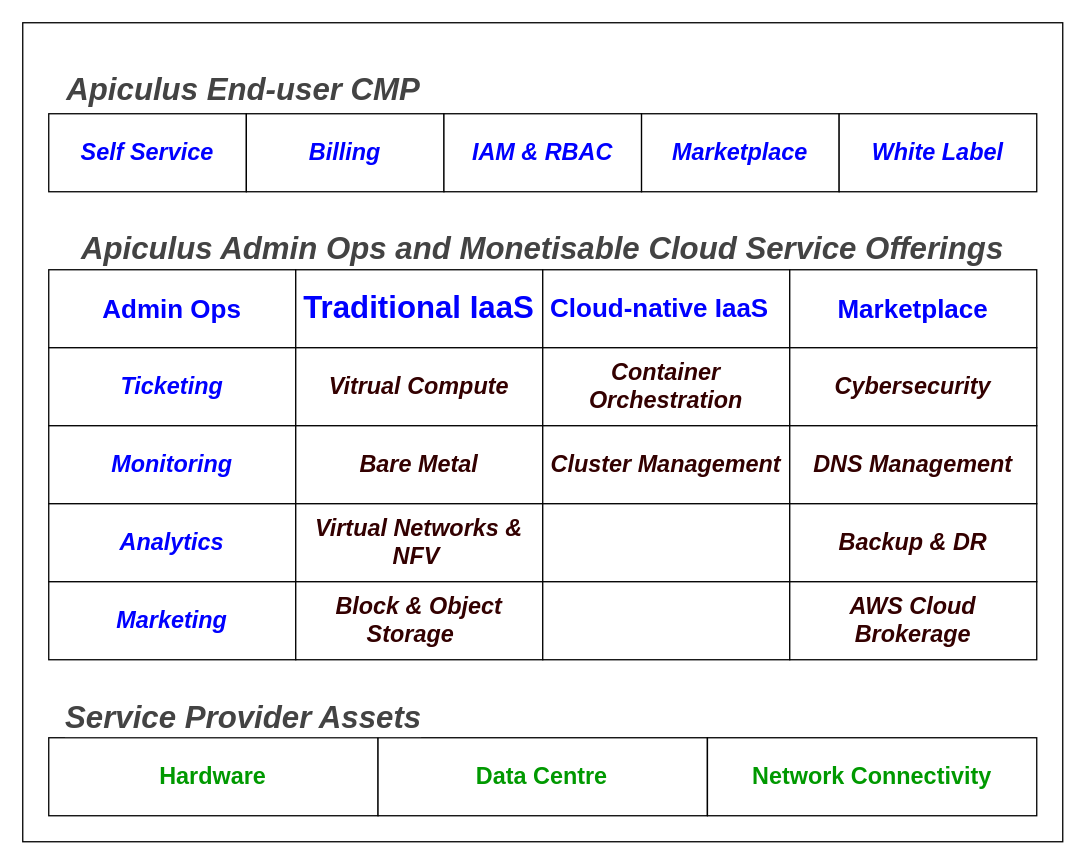
The draw.io diagram docs/StackComponents.drawio in indiqusdocs/apiculus, before the edit. Source tidied: cells renumbered, new cells numbered last; positions are measured from the earlier drawing's top-left corner, leaving out a move shared by most shapes. Both pictures are drawn from the tidied source at 130%, with x=0, y=0 at pixel (22, 22).
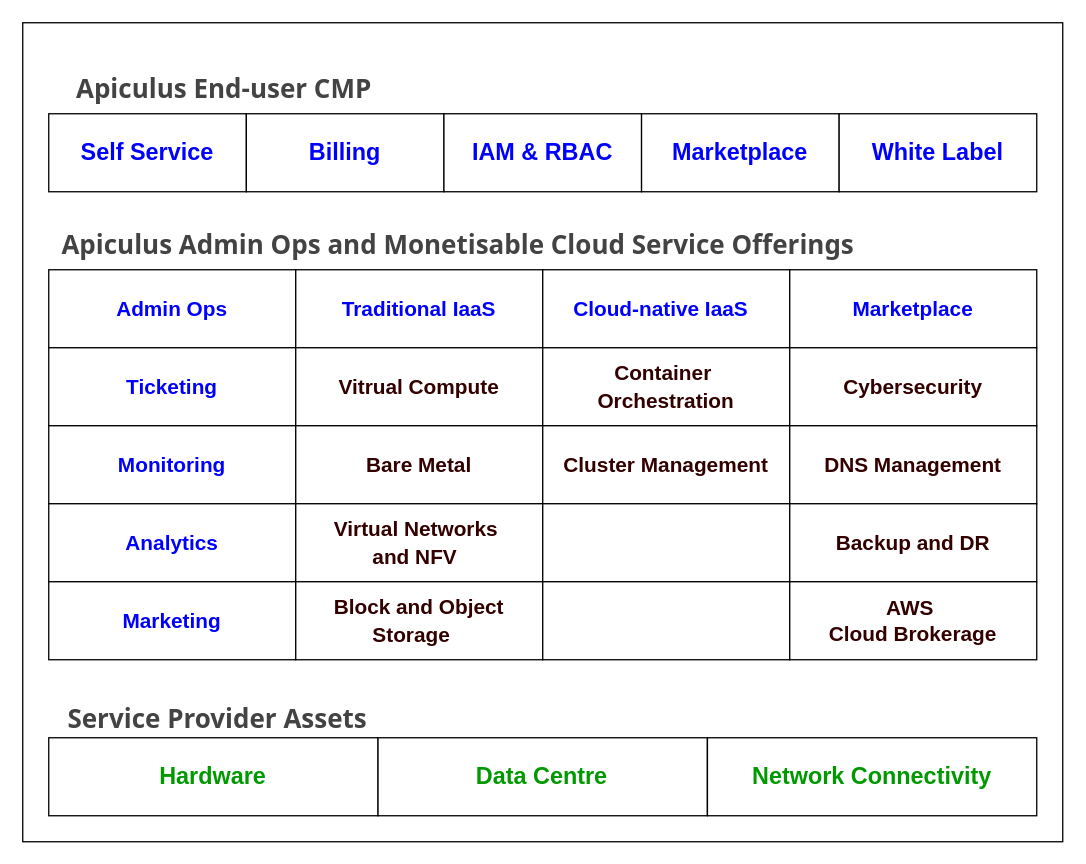
Above is the later version.

What changed in the source:
```diff
@@
+    <mxCell id="41" style="group;" parent="1" vertex="1">
+      <mxGeometry width="800" height="630" as="geometry" />
+    </mxCell>
-    <mxCell id="2" style="rounded=0;whiteSpace=wrap;html=1;" parent="1" vertex="1">
+    <mxCell id="2" style="rounded=0;whiteSpace=wrap;html=1;" parent="41" vertex="1">
       <mxGeometry width="800" height="630" as="geometry" />
     </mxCell>
-    <mxCell id="3" value="&lt;p style=&quot;box-sizing: border-box; margin-top: 0px; color: rgb(47, 57, 65); font-family: &amp;quot;Lucida Grande&amp;quot;, &amp;quot;Lucida Sans&amp;quot;, &amp;quot;Lucida Sans Unicode&amp;quot;, sans-serif; text-align: left; background-color: rgb(255, 255, 255);&quot;&gt;&lt;em style=&quot;box-sizing: border-box;&quot;&gt;&lt;span style=&quot;box-sizing: border-box; color: rgb(67, 67, 67);&quot;&gt;&lt;font style=&quot;font-size: 24px;&quot;&gt;Apiculus End-user CMP&lt;/font&gt;&lt;/span&gt;&lt;/em&gt;&lt;/p&gt;&lt;div&gt;&lt;em style=&quot;box-sizing: border-box;&quot;&gt;&lt;span style=&quot;box-sizing: border-box; color: rgb(67, 67, 67);&quot;&gt;&lt;br&gt;&lt;/span&gt;&lt;/em&gt;&lt;/div&gt;&lt;div style=&quot;box-sizing: border-box; color: rgb(47, 57, 65); font-family: &amp;quot;Lucida Grande&amp;quot;, &amp;quot;Lucida Sans&amp;quot;, &amp;quot;Lucida Sans Unicode&amp;quot;, sans-serif; font-size: 15px; text-align: left; background-color: rgb(255, 255, 255);&quot;&gt;&lt;/div&gt;" style="text;html=1;align=center;verticalAlign=middle;whiteSpace=wrap;rounded=0;fontStyle=1;" parent="1" vertex="1">
-      <mxGeometry x="20" y="50" width="300" height="30" as="geometry" />
+    <mxCell id="3" value="&lt;p style=&quot;box-sizing: border-box; margin-top: 0px; color: rgb(47, 57, 65); text-align: left; background-color: rgb(255, 255, 255); font-size: 20px;&quot;&gt;&lt;span style=&quot;box-sizing: border-box;&quot;&gt;&lt;span style=&quot;box-sizing: border-box; color: rgb(67, 67, 67);&quot;&gt;&lt;font face=&quot;Tahoma&quot; style=&quot;font-size: 20px;&quot;&gt;Apiculus End-user CMP&lt;/font&gt;&lt;/span&gt;&lt;/span&gt;&lt;/p&gt;&lt;div style=&quot;box-sizing: border-box; color: rgb(47, 57, 65); font-family: &amp;quot;Lucida Grande&amp;quot;, &amp;quot;Lucida Sans&amp;quot;, &amp;quot;Lucida Sans Unicode&amp;quot;, sans-serif; font-size: 15px; text-align: left; background-color: rgb(255, 255, 255);&quot;&gt;&lt;/div&gt;" style="text;html=1;align=center;verticalAlign=middle;whiteSpace=wrap;rounded=0;fontStyle=1;" parent="41" vertex="1">
+      <mxGeometry x="20" y="50" width="270" height="20" as="geometry" />
     </mxCell>
-    <mxCell id="4" value="&lt;p style=&quot;box-sizing: border-box; margin-top: 0px; text-align: left; background-color: rgb(255, 255, 255);&quot;&gt;&lt;font face=&quot;Lucida Grande, Lucida Sans, Lucida Sans Unicode, sans-serif&quot; color=&quot;#434343&quot;&gt;&lt;span style=&quot;font-size: 24px;&quot;&gt;&lt;i&gt;Apiculus Admin Ops and Monetisable Cloud Service Offerings&lt;/i&gt;&lt;/span&gt;&lt;/font&gt;&lt;/p&gt;&lt;p style=&quot;box-sizing: border-box; margin-top: 0px; color: rgb(47, 57, 65); font-family: &amp;quot;Lucida Grande&amp;quot;, &amp;quot;Lucida Sans&amp;quot;, &amp;quot;Lucida Sans Unicode&amp;quot;, sans-serif; text-align: left; background-color: rgb(255, 255, 255);&quot;&gt;&lt;br&gt;&lt;/p&gt;&lt;div style=&quot;box-sizing: border-box; color: rgb(47, 57, 65); font-family: &amp;quot;Lucida Grande&amp;quot;, &amp;quot;Lucida Sans&amp;quot;, &amp;quot;Lucida Sans Unicode&amp;quot;, sans-serif; font-size: 15px; text-align: left; background-color: rgb(255, 255, 255);&quot;&gt;&lt;/div&gt;" style="text;html=1;align=center;verticalAlign=middle;whiteSpace=wrap;rounded=0;fontStyle=1;" parent="1" vertex="1">
-      <mxGeometry x="20" y="178" width="760" height="30" as="geometry" />
+    <mxCell id="4" value="&lt;p style=&quot;box-sizing: border-box; margin-top: 0px; text-align: left; background-color: rgb(255, 255, 255); font-size: 20px;&quot;&gt;&lt;font face=&quot;Tahoma&quot; style=&quot;font-size: 20px;&quot; color=&quot;#434343&quot;&gt;Apiculus Admin Ops and Monetisable Cloud Service Offerings&lt;/font&gt;&lt;/p&gt;&lt;div style=&quot;box-sizing: border-box; color: rgb(47, 57, 65); font-family: &amp;quot;Lucida Grande&amp;quot;, &amp;quot;Lucida Sans&amp;quot;, &amp;quot;Lucida Sans Unicode&amp;quot;, sans-serif; font-size: 15px; text-align: left; background-color: rgb(255, 255, 255);&quot;&gt;&lt;/div&gt;" style="text;html=1;align=center;verticalAlign=middle;whiteSpace=wrap;rounded=0;fontStyle=1;" parent="41" vertex="1">
+      <mxGeometry x="20" y="170" width="630" height="20" as="geometry" />
     </mxCell>
-    <mxCell id="5" style="group;" parent="1" vertex="1">
+    <mxCell id="5" style="group;fontStyle=2;" parent="41" vertex="1">
       <mxGeometry x="20" y="70" width="760" height="60" as="geometry" />
     </mxCell>
-    <mxCell id="6" value="&lt;font style=&quot;font-size: 18px;&quot; color=&quot;#0000ff&quot;&gt;&lt;b&gt;Self Service&lt;/b&gt;&lt;/font&gt;" style="rounded=0;whiteSpace=wrap;html=1;fontStyle=2;" parent="5" vertex="1">
+    <mxCell id="6" value="&lt;font color=&quot;#0000ff&quot; style=&quot;font-size: 18px;&quot;&gt;&lt;b&gt;Self Service&lt;/b&gt;&lt;/font&gt;" style="rounded=0;whiteSpace=wrap;html=1;fontStyle=0;" parent="5" vertex="1">
       <mxGeometry width="152" height="60" as="geometry" />
     </mxCell>
-    <mxCell id="7" value="&lt;font style=&quot;font-size: 18px;&quot;&gt;Billing&lt;/font&gt;" style="rounded=0;whiteSpace=wrap;html=1;fontStyle=3;fontColor=#0000FF;fontSize=18;" parent="5" vertex="1">
+    <mxCell id="7" value="&lt;font style=&quot;font-size: 18px;&quot;&gt;Billing&lt;/font&gt;" style="rounded=0;whiteSpace=wrap;html=1;fontStyle=1;fontColor=#0000FF;fontSize=18;" parent="5" vertex="1">
       <mxGeometry x="152" width="152" height="60" as="geometry" />
     </mxCell>
-    <mxCell id="8" value="&lt;font style=&quot;font-size: 18px;&quot;&gt;IAM &amp;amp; RBAC&lt;/font&gt;" style="rounded=0;whiteSpace=wrap;html=1;fontStyle=3;fontSize=18;fontColor=#0000FF;" parent="5" vertex="1">
+    <mxCell id="8" value="&lt;font style=&quot;font-size: 18px;&quot;&gt;IAM &amp;amp; RBAC&lt;/font&gt;" style="rounded=0;whiteSpace=wrap;html=1;fontStyle=1;fontSize=18;fontColor=#0000FF;" parent="5" vertex="1">
       <mxGeometry x="304" width="152" height="60" as="geometry" />
     </mxCell>
-    <mxCell id="9" value="&lt;b&gt;&lt;i&gt;&lt;font color=&quot;#0000ff&quot; style=&quot;font-size: 18px;&quot;&gt;Marketplace&lt;/font&gt;&lt;/i&gt;&lt;/b&gt;" style="rounded=0;whiteSpace=wrap;html=1;" parent="5" vertex="1">
+    <mxCell id="9" value="&lt;b&gt;&lt;span&gt;&lt;font color=&quot;#0000ff&quot; style=&quot;font-size: 18px;&quot;&gt;Marketplace&lt;/font&gt;&lt;/span&gt;&lt;/b&gt;" style="rounded=0;whiteSpace=wrap;html=1;fontStyle=0;" parent="5" vertex="1">
       <mxGeometry x="456" width="152" height="60" as="geometry" />
     </mxCell>
-    <mxCell id="10" value="&lt;b&gt;&lt;i&gt;&lt;font style=&quot;font-size: 18px;&quot; color=&quot;#0000ff&quot;&gt;White Label&lt;/font&gt;&lt;/i&gt;&lt;/b&gt;" style="rounded=0;whiteSpace=wrap;html=1;" parent="5" vertex="1">
+    <mxCell id="10" value="&lt;b&gt;&lt;span&gt;&lt;font style=&quot;font-size: 18px;&quot; color=&quot;#0000ff&quot;&gt;White Label&lt;/font&gt;&lt;/span&gt;&lt;/b&gt;" style="rounded=0;whiteSpace=wrap;html=1;fontStyle=0;" parent="5" vertex="1">
       <mxGeometry x="608" width="152" height="60" as="geometry" />
     </mxCell>
-    <mxCell id="11" style="group;fontStyle=2;" parent="1" vertex="1">
+    <mxCell id="11" style="group;fontStyle=2;" parent="41" vertex="1">
       <mxGeometry x="20" y="190" width="760" height="60" as="geometry" />
     </mxCell>
-    <mxCell id="12" value="&lt;font size=&quot;1&quot; style=&quot;&quot; color=&quot;#0000ff&quot;&gt;&lt;b style=&quot;font-style: normal; font-size: 20px;&quot;&gt;Admin Ops&lt;/b&gt;&lt;/font&gt;" style="rounded=0;whiteSpace=wrap;html=1;fontStyle=2;" parent="11" vertex="1">
+    <mxCell id="12" value="&lt;font size=&quot;1&quot; style=&quot;&quot; color=&quot;#0000ff&quot;&gt;&lt;b style=&quot;font-style: normal; font-size: 16px;&quot;&gt;Admin Ops&lt;/b&gt;&lt;/font&gt;" style="rounded=0;whiteSpace=wrap;html=1;fontStyle=2;" parent="11" vertex="1">
       <mxGeometry width="190" height="60" as="geometry" />
     </mxCell>
-    <mxCell id="13" value="&lt;font style=&quot;font-size: 24px;&quot;&gt;Traditional IaaS&lt;/font&gt;" style="rounded=0;whiteSpace=wrap;html=1;fontStyle=1;fontColor=#0000FF;fontSize=18;" parent="11" vertex="1">
+    <mxCell id="13" value="&lt;font style=&quot;font-size: 16px;&quot;&gt;Traditional IaaS&lt;/font&gt;" style="rounded=0;whiteSpace=wrap;html=1;fontStyle=1;fontColor=#0000FF;fontSize=18;" parent="11" vertex="1">
       <mxGeometry x="190" width="190" height="60" as="geometry" />
     </mxCell>
-    <mxCell id="14" value="&lt;font style=&quot;font-size: 20px;&quot;&gt;Cloud-native IaaS&lt;span style=&quot;white-space:pre&quot;&gt;&#9;&lt;/span&gt;&lt;/font&gt;" style="rounded=0;whiteSpace=wrap;html=1;fontStyle=1;fontSize=18;fontColor=#0000FF;" parent="11" vertex="1">
+    <mxCell id="14" value="&lt;font style=&quot;font-size: 16px;&quot;&gt;Cloud-native IaaS&lt;span style=&quot;white-space:pre&quot;&gt;&#9;&lt;/span&gt;&lt;/font&gt;" style="rounded=0;whiteSpace=wrap;html=1;fontStyle=1;fontSize=18;fontColor=#0000FF;" parent="11" vertex="1">
       <mxGeometry x="380" width="190" height="60" as="geometry" />
     </mxCell>
-    <mxCell id="15" value="&lt;font size=&quot;1&quot; color=&quot;#0000ff&quot;&gt;&lt;b style=&quot;&quot;&gt;&lt;span style=&quot;font-style: normal; font-size: 20px;&quot;&gt;Marketplace&lt;/span&gt;&lt;/b&gt;&lt;/font&gt;" style="rounded=0;whiteSpace=wrap;html=1;fontStyle=2;" parent="11" vertex="1">
+    <mxCell id="15" value="&lt;font size=&quot;1&quot; color=&quot;#0000ff&quot;&gt;&lt;b style=&quot;&quot;&gt;&lt;span style=&quot;font-style: normal; font-size: 16px;&quot;&gt;Marketplace&lt;/span&gt;&lt;/b&gt;&lt;/font&gt;" style="rounded=0;whiteSpace=wrap;html=1;fontStyle=2;" parent="11" vertex="1">
       <mxGeometry x="570" width="190" height="60" as="geometry" />
     </mxCell>
-    <mxCell id="16" style="group;" parent="1" vertex="1">
+    <mxCell id="16" style="group;fontStyle=0;" parent="41" vertex="1">
       <mxGeometry x="20" y="250" width="760" height="60" as="geometry" />
     </mxCell>
-    <mxCell id="17" value="&lt;font style=&quot;font-size: 18px;&quot; color=&quot;#0000ff&quot;&gt;&lt;b&gt;Ticketing&lt;/b&gt;&lt;/font&gt;" style="rounded=0;whiteSpace=wrap;html=1;fontStyle=2;" parent="16" vertex="1">
+    <mxCell id="17" value="&lt;font size=&quot;1&quot; color=&quot;#0000ff&quot; style=&quot;&quot;&gt;&lt;b style=&quot;font-size: 16px;&quot;&gt;Ticketing&lt;/b&gt;&lt;/font&gt;" style="rounded=0;whiteSpace=wrap;html=1;fontStyle=0;" parent="16" vertex="1">
       <mxGeometry width="190" height="60" as="geometry" />
     </mxCell>
-    <mxCell id="18" value="&lt;font color=&quot;#330000&quot; style=&quot;font-size: 18px;&quot;&gt;Vitrual Compute&lt;/font&gt;" style="rounded=0;whiteSpace=wrap;html=1;fontStyle=3;fontColor=#0000FF;fontSize=18;" parent="16" vertex="1">
+    <mxCell id="18" value="&lt;font color=&quot;#330000&quot; style=&quot;font-size: 16px; font-style: normal;&quot;&gt;Vitrual Compute&lt;/font&gt;" style="rounded=0;whiteSpace=wrap;html=1;fontStyle=3;fontColor=#0000FF;fontSize=18;" parent="16" vertex="1">
       <mxGeometry x="190" width="190" height="60" as="geometry" />
     </mxCell>
-    <mxCell id="19" value="&lt;font color=&quot;#330000&quot; style=&quot;font-size: 18px;&quot;&gt;Container Orchestration&lt;/font&gt;" style="rounded=0;whiteSpace=wrap;html=1;fontStyle=3;fontSize=18;fontColor=#0000FF;" parent="16" vertex="1">
+    <mxCell id="19" value="&lt;font color=&quot;#330000&quot; style=&quot;font-size: 16px; font-style: normal;&quot;&gt;Container&amp;nbsp;&lt;/font&gt;&lt;div&gt;&lt;font color=&quot;#330000&quot; style=&quot;font-size: 16px; font-style: normal;&quot;&gt;Orchestration&lt;/font&gt;&lt;/div&gt;" style="rounded=0;whiteSpace=wrap;html=1;fontStyle=3;fontSize=18;fontColor=#0000FF;" parent="16" vertex="1">
       <mxGeometry x="380" width="190" height="60" as="geometry" />
     </mxCell>
-    <mxCell id="20" value="&lt;span style=&quot;font-size: 18px;&quot;&gt;&lt;b style=&quot;&quot;&gt;&lt;i style=&quot;&quot;&gt;&lt;font color=&quot;#330000&quot;&gt;Cybersecurity&lt;/font&gt;&lt;/i&gt;&lt;/b&gt;&lt;/span&gt;" style="rounded=0;whiteSpace=wrap;html=1;" parent="16" vertex="1">
+    <mxCell id="20" value="&lt;b style=&quot;&quot;&gt;&lt;font style=&quot;font-size: 16px;&quot; color=&quot;#330000&quot;&gt;Cybersecurity&lt;/font&gt;&lt;/b&gt;" style="rounded=0;whiteSpace=wrap;html=1;" parent="16" vertex="1">
       <mxGeometry x="570" width="190" height="60" as="geometry" />
     </mxCell>
-    <mxCell id="21" style="group;" parent="1" vertex="1">
+    <mxCell id="21" style="group;fontStyle=2;" parent="41" vertex="1">
       <mxGeometry x="20" y="310" width="760" height="60" as="geometry" />
     </mxCell>
-    <mxCell id="22" value="&lt;font style=&quot;font-size: 18px;&quot; color=&quot;#0000ff&quot;&gt;&lt;b&gt;Monitoring&lt;/b&gt;&lt;/font&gt;" style="rounded=0;whiteSpace=wrap;html=1;fontStyle=2;" parent="21" vertex="1">
+    <mxCell id="22" value="&lt;font size=&quot;1&quot; color=&quot;#0000ff&quot; style=&quot;&quot;&gt;&lt;b style=&quot;font-size: 16px;&quot;&gt;Monitoring&lt;/b&gt;&lt;/font&gt;" style="rounded=0;whiteSpace=wrap;html=1;fontStyle=0;" parent="21" vertex="1">
       <mxGeometry width="190" height="60" as="geometry" />
     </mxCell>
-    <mxCell id="23" value="&lt;font color=&quot;#330000&quot; style=&quot;font-size: 18px;&quot;&gt;Bare Metal&lt;/font&gt;" style="rounded=0;whiteSpace=wrap;html=1;fontStyle=3;fontColor=#0000FF;fontSize=18;" parent="21" vertex="1">
+    <mxCell id="23" value="&lt;font style=&quot;font-size: 16px;&quot; color=&quot;#330000&quot;&gt;Bare Metal&lt;/font&gt;" style="rounded=0;whiteSpace=wrap;html=1;fontStyle=1;fontColor=#0000FF;fontSize=18;" parent="21" vertex="1">
       <mxGeometry x="190" width="190" height="60" as="geometry" />
     </mxCell>
-    <mxCell id="24" value="&lt;font color=&quot;#330000&quot;&gt;Cluster Management&lt;/font&gt;" style="rounded=0;whiteSpace=wrap;html=1;fontStyle=3;fontSize=18;fontColor=#0000FF;" parent="21" vertex="1">
+    <mxCell id="24" value="&lt;font style=&quot;font-style: normal; font-size: 16px;&quot; color=&quot;#330000&quot;&gt;Cluster Management&lt;/font&gt;" style="rounded=0;whiteSpace=wrap;html=1;fontStyle=3;fontSize=18;fontColor=#0000FF;" parent="21" vertex="1">
       <mxGeometry x="380" width="190" height="60" as="geometry" />
     </mxCell>
-    <mxCell id="25" value="&lt;div&gt;&lt;span style=&quot;font-size: 18px;&quot;&gt;&lt;b style=&quot;&quot;&gt;&lt;i style=&quot;&quot;&gt;&lt;font color=&quot;#330000&quot;&gt;DNS Management&lt;/font&gt;&lt;/i&gt;&lt;/b&gt;&lt;/span&gt;&lt;/div&gt;" style="rounded=0;whiteSpace=wrap;html=1;" parent="21" vertex="1">
+    <mxCell id="25" value="&lt;div&gt;&lt;b style=&quot;&quot;&gt;&lt;font style=&quot;font-size: 16px;&quot; color=&quot;#330000&quot;&gt;DNS Management&lt;/font&gt;&lt;/b&gt;&lt;/div&gt;" style="rounded=0;whiteSpace=wrap;html=1;" parent="21" vertex="1">
       <mxGeometry x="570" width="190" height="60" as="geometry" />
     </mxCell>
-    <mxCell id="26" style="group;" parent="1" vertex="1">
+    <mxCell id="26" style="group;fontStyle=0;" parent="41" vertex="1">
       <mxGeometry x="20" y="370" width="760" height="60" as="geometry" />
     </mxCell>
-    <mxCell id="27" value="&lt;font style=&quot;font-size: 18px;&quot; color=&quot;#0000ff&quot;&gt;&lt;b&gt;Analytics&lt;/b&gt;&lt;/font&gt;" style="rounded=0;whiteSpace=wrap;html=1;fontStyle=2;" parent="26" vertex="1">
+    <mxCell id="27" value="&lt;font size=&quot;1&quot; style=&quot;&quot; color=&quot;#0000ff&quot;&gt;&lt;b style=&quot;font-size: 16px; font-style: normal;&quot;&gt;Analytics&lt;/b&gt;&lt;/font&gt;" style="rounded=0;whiteSpace=wrap;html=1;fontStyle=2;" parent="26" vertex="1">
       <mxGeometry width="190" height="60" as="geometry" />
     </mxCell>
-    <mxCell id="28" value="&lt;font color=&quot;#330000&quot;&gt;Virtual Networks &amp;amp; NFV&lt;span style=&quot;white-space:pre&quot;&gt;&#9;&lt;/span&gt;&lt;/font&gt;" style="rounded=0;whiteSpace=wrap;html=1;fontStyle=3;fontColor=#0000FF;fontSize=18;" parent="26" vertex="1">
+    <mxCell id="28" value="&lt;font style=&quot;font-style: normal; font-size: 16px;&quot; color=&quot;#330000&quot;&gt;Virtual Networks&amp;nbsp;&lt;/font&gt;&lt;div&gt;&lt;font style=&quot;font-style: normal; font-size: 16px;&quot; color=&quot;#330000&quot;&gt;and NFV&lt;span style=&quot;white-space:pre&quot;&gt;&#9;&lt;/span&gt;&lt;/font&gt;&lt;/div&gt;" style="rounded=0;whiteSpace=wrap;html=1;fontStyle=3;fontColor=#0000FF;fontSize=18;" parent="26" vertex="1">
       <mxGeometry x="190" width="190" height="60" as="geometry" />
     </mxCell>
@@
-    <mxCell id="30" value="&lt;span style=&quot;font-size: 18px;&quot;&gt;&lt;b style=&quot;&quot;&gt;&lt;i style=&quot;&quot;&gt;&lt;font color=&quot;#330000&quot;&gt;Backup &amp;amp; DR&lt;/font&gt;&lt;/i&gt;&lt;/b&gt;&lt;/span&gt;" style="rounded=0;whiteSpace=wrap;html=1;" parent="26" vertex="1">
+    <mxCell id="30" value="&lt;b style=&quot;&quot;&gt;&lt;font style=&quot;font-size: 16px;&quot; color=&quot;#330000&quot;&gt;Backup and DR&lt;/font&gt;&lt;/b&gt;" style="rounded=0;whiteSpace=wrap;html=1;" parent="26" vertex="1">
       <mxGeometry x="570" width="190" height="60" as="geometry" />
     </mxCell>
-    <mxCell id="31" style="group;" parent="1" vertex="1">
+    <mxCell id="31" style="group;fontStyle=0;" parent="41" vertex="1">
       <mxGeometry x="20" y="430" width="760" height="60" as="geometry" />
     </mxCell>
-    <mxCell id="32" value="&lt;font style=&quot;font-size: 18px;&quot; color=&quot;#0000ff&quot;&gt;&lt;b&gt;Marketing&lt;/b&gt;&lt;/font&gt;" style="rounded=0;whiteSpace=wrap;html=1;fontStyle=2;" parent="31" vertex="1">
+    <mxCell id="32" value="&lt;font size=&quot;1&quot; style=&quot;&quot; color=&quot;#0000ff&quot;&gt;&lt;b style=&quot;font-size: 16px; font-style: normal;&quot;&gt;Marketing&lt;/b&gt;&lt;/font&gt;" style="rounded=0;whiteSpace=wrap;html=1;fontStyle=2;" parent="31" vertex="1">
       <mxGeometry width="190" height="60" as="geometry" />
     </mxCell>
-    <mxCell id="33" value="&lt;font color=&quot;#330000&quot;&gt;Block &amp;amp; Object Storage&lt;span style=&quot;white-space:pre&quot;&gt;&#9;&lt;/span&gt;&lt;/font&gt;" style="rounded=0;whiteSpace=wrap;html=1;fontStyle=3;fontColor=#0000FF;fontSize=18;" parent="31" vertex="1">
+    <mxCell id="33" value="&lt;font style=&quot;font-style: normal; font-size: 16px;&quot; color=&quot;#330000&quot;&gt;Block and Object Storage&lt;span style=&quot;white-space:pre&quot;&gt;&#9;&lt;/span&gt;&lt;/font&gt;" style="rounded=0;whiteSpace=wrap;html=1;fontStyle=3;fontColor=#0000FF;fontSize=18;" parent="31" vertex="1">
       <mxGeometry x="190" width="190" height="60" as="geometry" />
     </mxCell>
@@
-    <mxCell id="35" value="&lt;div&gt;&lt;span style=&quot;font-size: 18px;&quot;&gt;&lt;b style=&quot;&quot;&gt;&lt;i style=&quot;&quot;&gt;&lt;font color=&quot;#330000&quot;&gt;AWS Cloud Brokerage&lt;/font&gt;&lt;/i&gt;&lt;/b&gt;&lt;/span&gt;&lt;/div&gt;" style="rounded=0;whiteSpace=wrap;html=1;" parent="31" vertex="1">
+    <mxCell id="35" value="&lt;div&gt;&lt;b style=&quot;&quot;&gt;&lt;font style=&quot;font-size: 16px;&quot; color=&quot;#330000&quot;&gt;AWS&amp;nbsp;&lt;/font&gt;&lt;/b&gt;&lt;/div&gt;&lt;div&gt;&lt;b style=&quot;&quot;&gt;&lt;font style=&quot;font-size: 16px;&quot; color=&quot;#330000&quot;&gt;Cloud Brokerage&lt;/font&gt;&lt;/b&gt;&lt;/div&gt;" style="rounded=0;whiteSpace=wrap;html=1;" parent="31" vertex="1">
       <mxGeometry x="570" width="190" height="60" as="geometry" />
     </mxCell>
-    <mxCell id="36" style="group;" parent="1" vertex="1">
+    <mxCell id="36" style="group;" parent="41" vertex="1">
       <mxGeometry x="20" y="550" width="760" height="60" as="geometry" />
     </mxCell>
@@
-    <mxCell id="40" value="&lt;p style=&quot;box-sizing: border-box; margin-top: 0px; text-align: left; background-color: rgb(255, 255, 255);&quot;&gt;&lt;font face=&quot;Lucida Grande, Lucida Sans, Lucida Sans Unicode, sans-serif&quot; color=&quot;#434343&quot;&gt;&lt;span style=&quot;font-size: 24px;&quot;&gt;&lt;i&gt;Service Provider Assets&lt;/i&gt;&lt;/span&gt;&lt;/font&gt;&lt;/p&gt;&lt;div style=&quot;box-sizing: border-box; color: rgb(47, 57, 65); font-family: &amp;quot;Lucida Grande&amp;quot;, &amp;quot;Lucida Sans&amp;quot;, &amp;quot;Lucida Sans Unicode&amp;quot;, sans-serif; font-size: 15px; text-align: left; background-color: rgb(255, 255, 255);&quot;&gt;&lt;/div&gt;" style="text;html=1;align=center;verticalAlign=middle;whiteSpace=wrap;rounded=0;fontStyle=1;" parent="1" vertex="1">
-      <mxGeometry x="20" y="526" width="300" height="30" as="geometry" />
+    <mxCell id="40" value="&lt;p style=&quot;box-sizing: border-box; margin-top: 0px; text-align: left; background-color: rgb(255, 255, 255);&quot;&gt;&lt;font face=&quot;Tahoma&quot; size=&quot;1&quot; color=&quot;#434343&quot;&gt;&lt;span style=&quot;font-size: 20px;&quot;&gt;Service Provider Assets&lt;/span&gt;&lt;/font&gt;&lt;/p&gt;&lt;div style=&quot;box-sizing: border-box; color: rgb(47, 57, 65); font-family: &amp;quot;Lucida Grande&amp;quot;, &amp;quot;Lucida Sans&amp;quot;, &amp;quot;Lucida Sans Unicode&amp;quot;, sans-serif; font-size: 15px; text-align: left; background-color: rgb(255, 255, 255);&quot;&gt;&lt;/div&gt;" style="text;html=1;align=center;verticalAlign=middle;whiteSpace=wrap;rounded=0;fontStyle=1;" parent="41" vertex="1">
+      <mxGeometry x="20" y="526" width="260" height="30" as="geometry" />
     </mxCell>
```
